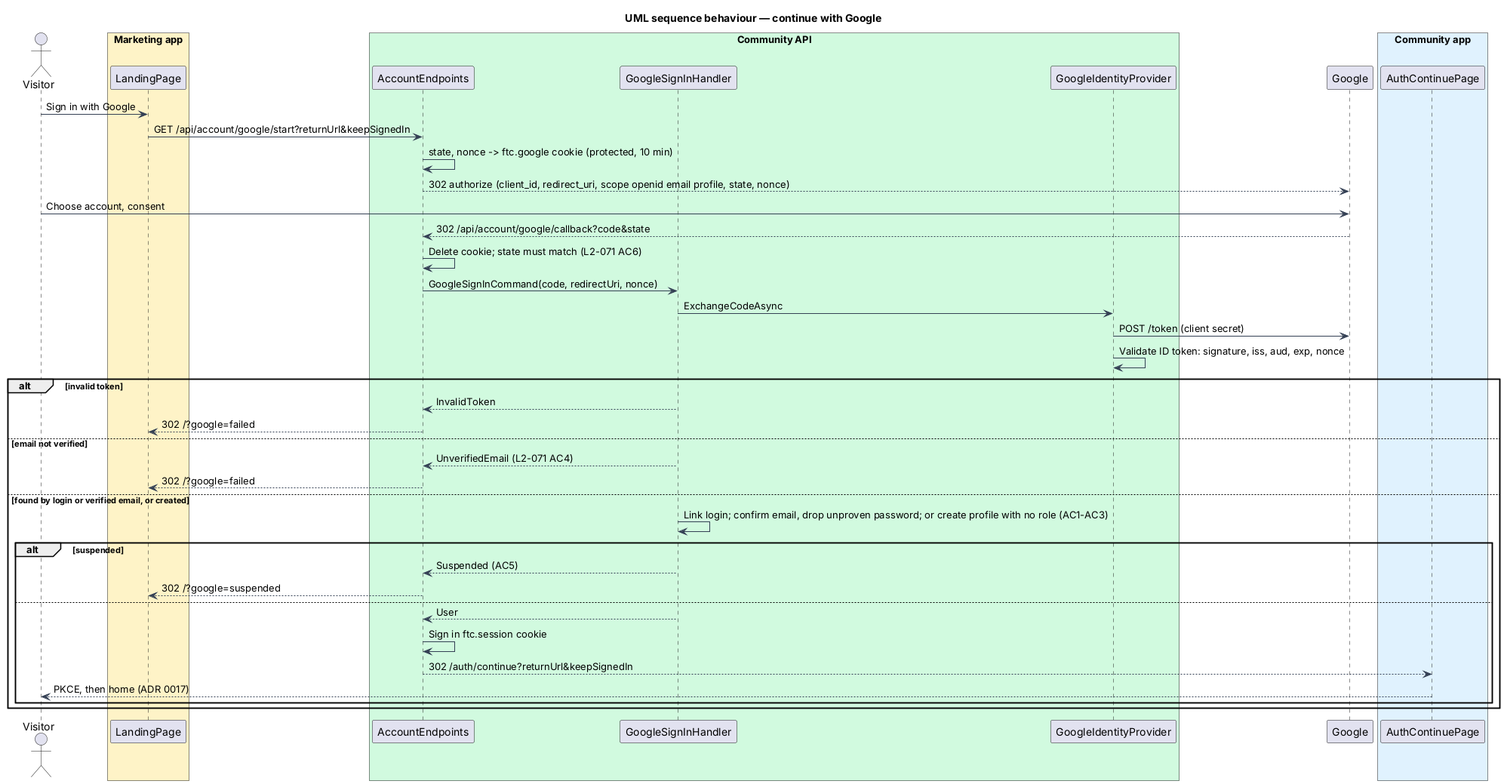
Earlier version of the PlantUML export docs/detailed-designs/identity/google-sign-in/diagrams/sequence-google-sign-in.png (QuinntyneBrown/faithtech-community).
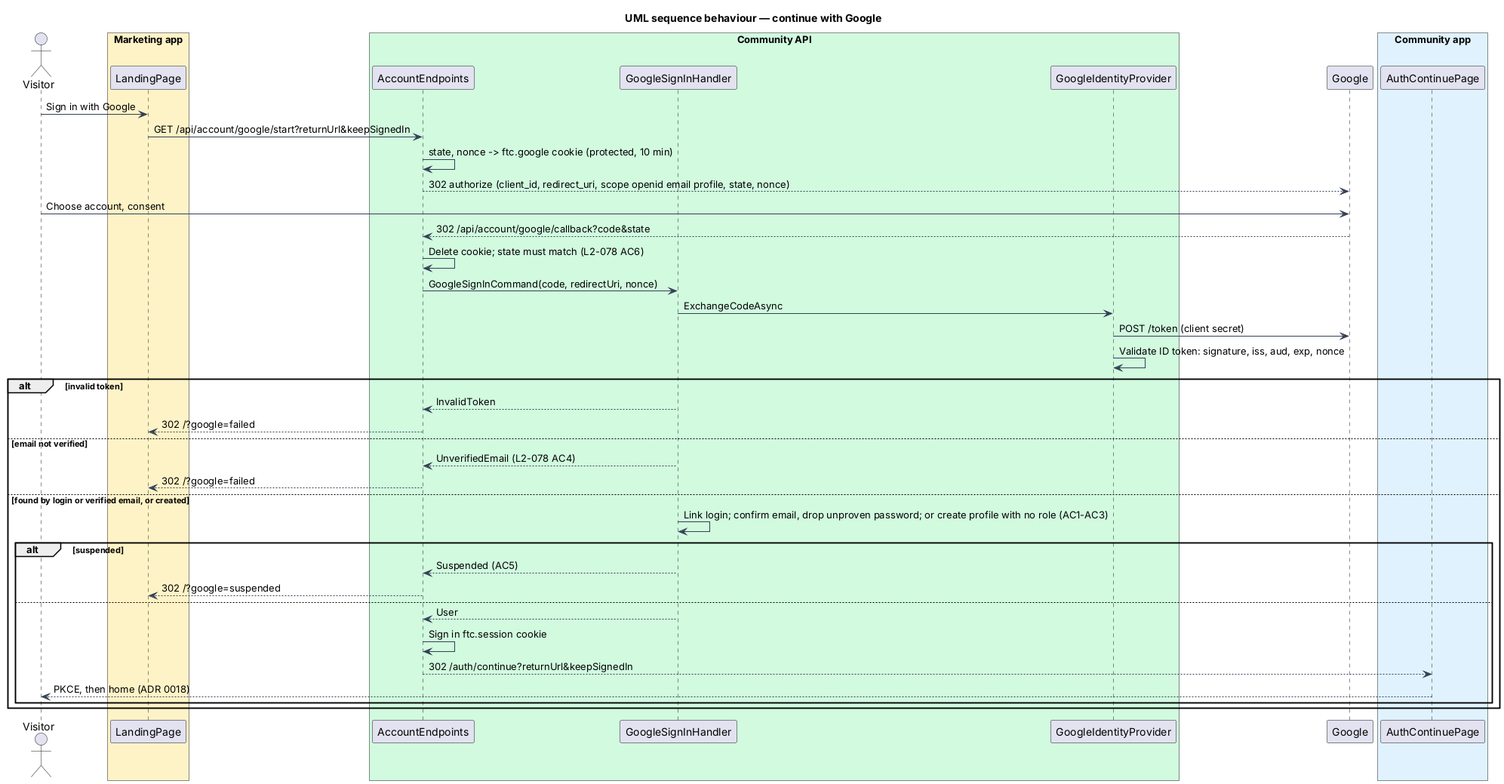
After the change.

What changed in the source:
```diff
@@ -23,7 +23,7 @@
 ep --> google : 302 authorize (client_id, redirect_uri, scope openid email profile, state, nonce)
 actor -> google : Choose account, consent
 google --> ep : 302 /api/account/google/callback?code&state
-ep -> ep : Delete cookie; state must match (L2-071 AC6)
+ep -> ep : Delete cookie; state must match (L2-078 AC6)
 ep -> h : GoogleSignInCommand(code, redirectUri, nonce)
 h -> prov : ExchangeCodeAsync
 prov -> google : POST /token (client secret)
@@ -32,7 +32,7 @@
   h --> ep : InvalidToken
   ep --> page : 302 /?google=failed
 else email not verified
-  h --> ep : UnverifiedEmail (L2-071 AC4)
+  h --> ep : UnverifiedEmail (L2-078 AC4)
   ep --> page : 302 /?google=failed
 else found by login or verified email, or created
   h -> h : Link login; confirm email, drop unproven password; or create profile with no role (AC1-AC3)
@@ -43,7 +43,7 @@
     h --> ep : User
     ep -> ep : Sign in ftc.session cookie
     ep --> cont : 302 /auth/continue?returnUrl&keepSignedIn
-    cont --> actor : PKCE, then home (ADR 0017)
+    cont --> actor : PKCE, then home (ADR 0018)
   end
 end
 @enduml
```
